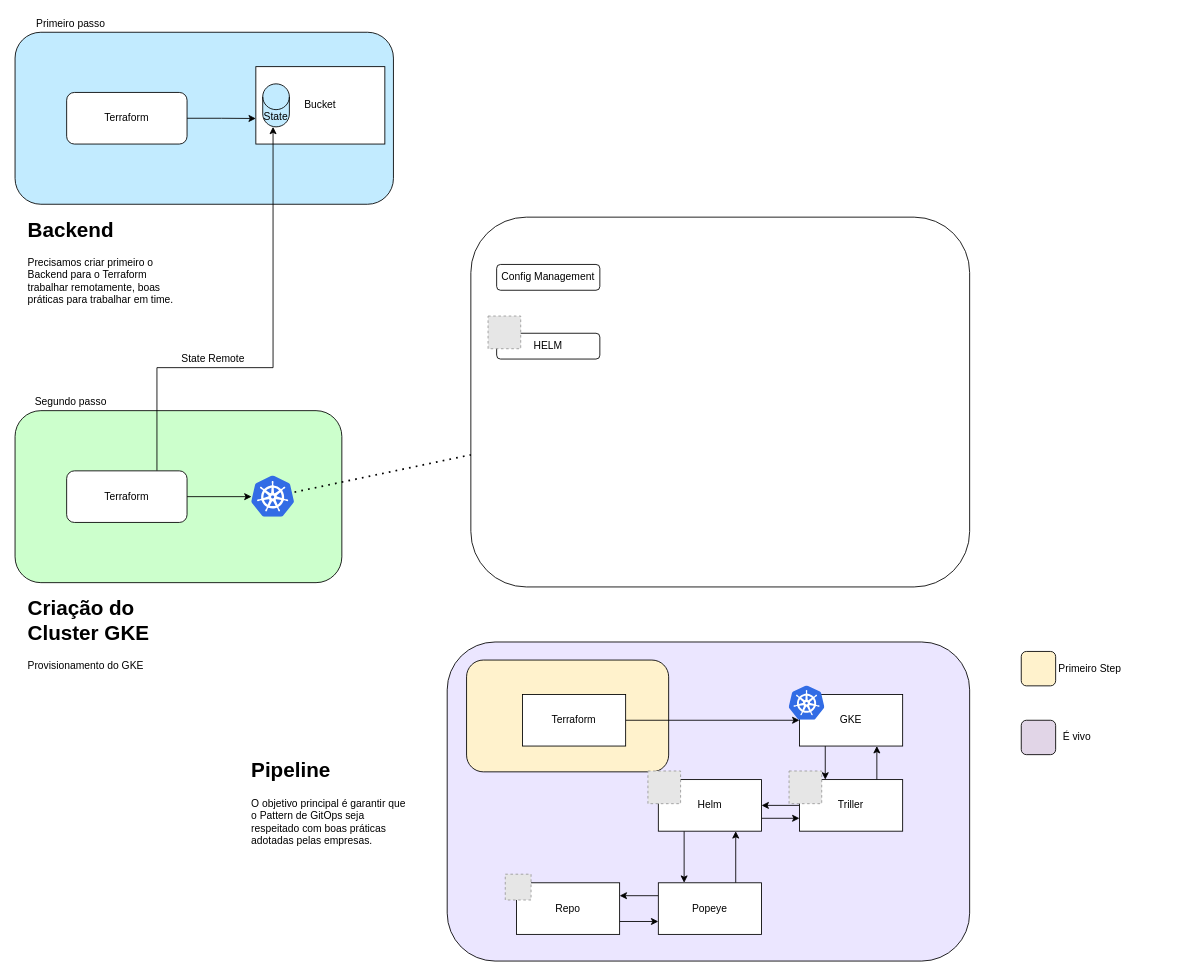
Earlier version of the draw.io diagram Documents/Fluxo Macro VScode and Kubernetes.drawio (tonnytg/CustomDeveloperEnvironment). Source tidied: cells renumbered, new cells numbered last; positions are measured from the earlier drawing's top-left corner, leaving out a move shared by most shapes. Both pictures are drawn from the tidied source at 86%, with x=0, y=0 at pixel (15, 15). Pictures stored in the file or linked from it are replaced by grey dashed boxes.
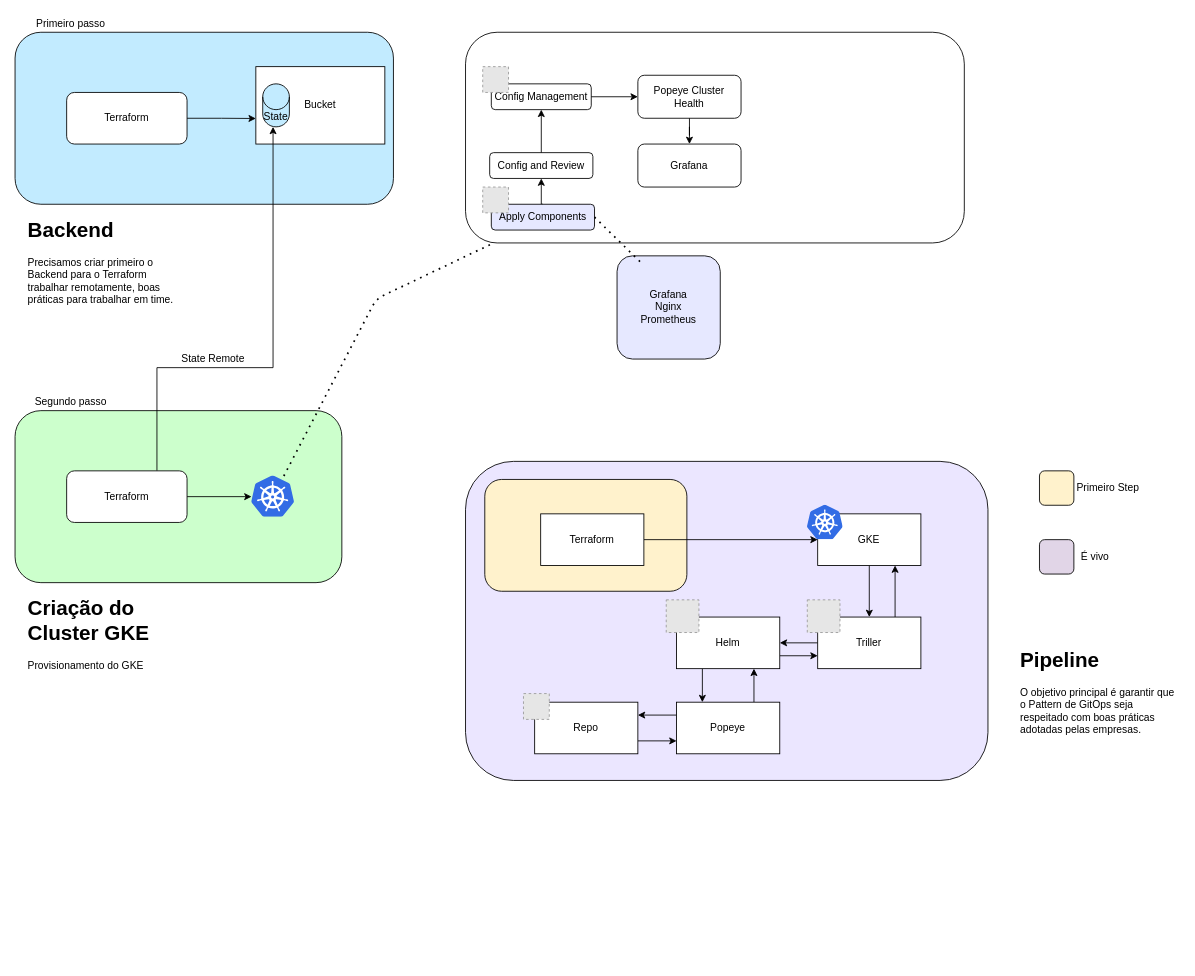
Above is the later version.

Unchanged cells that the change refers to:
```xml
<mxCell id="18" style="html=1;points=[];align=center;image;fontSize=12;image=img/lib/mscae/Kubernetes.svg;fillColor=#CCFFCC;" parent="1" vertex="1">
  <mxGeometry x="275" y="536" width="50" height="48" as="geometry" />
</mxCell>
```

The edit, as a diff of the source:
```diff
@@
     <mxCell id="2" style="rounded=1;whiteSpace=wrap;html=1;fillColor=#EBE6FF;" parent="1" vertex="1">
-      <mxGeometry x="502.5" y="729" width="607.5" height="371" as="geometry" />
+      <mxGeometry x="523.8" y="519" width="607.5" height="371" as="geometry" />
     </mxCell>
     <mxCell id="3" style="rounded=1;whiteSpace=wrap;html=1;fillColor=#FFF2CC;" parent="1" vertex="1">
-      <mxGeometry x="525" y="750" width="235" height="130" as="geometry" />
+      <mxGeometry x="546.2" y="540" width="235" height="130" as="geometry" />
     </mxCell>
@@
     <mxCell id="19" style="endArrow=none;dashed=1;html=1;dashPattern=1 3;strokeWidth=2;" parent="1" edge="1" source="18" target="20">
-      <mxGeometry relative="1" as="geometry" />
+      <mxGeometry relative="1" as="geometry">
+        <Array as="points">
+          <mxPoint x="420" y="330" />
+        </Array>
+      </mxGeometry>
     </mxCell>
     <mxCell id="20" style="rounded=1;whiteSpace=wrap;html=1;fillColor=none;" parent="1" vertex="1">
-      <mxGeometry x="530" y="235" width="580" height="430" as="geometry" />
+      <mxGeometry x="523.8" y="20" width="580" height="245" as="geometry" />
     </mxCell>
+    <mxCell id="48" style="edgeStyle=orthogonalEdgeStyle;rounded=0;jettySize=auto;html=1;exitX=1;exitY=0.5;exitDx=0;exitDy=0;entryX=0;entryY=0.5;entryDx=0;entryDy=0;" parent="1" edge="1" source="21" target="54">
+      <mxGeometry relative="1" as="geometry" />
+    </mxCell>
     <mxCell id="21" value="Config Management" style="rounded=1;whiteSpace=wrap;html=1;fillColor=none;" parent="1" vertex="1">
-      <mxGeometry x="560" y="290" width="120" height="30" as="geometry" />
+      <mxGeometry x="553.8" y="80" width="116.2" height="30" as="geometry" />
     </mxCell>
+    <mxCell id="49" style="edgeStyle=orthogonalEdgeStyle;rounded=0;jettySize=auto;html=1;exitX=0.5;exitY=0;exitDx=0;exitDy=0;" parent="1" edge="1" source="22" target="21">
+      <mxGeometry relative="1" as="geometry" />
+    </mxCell>
-    <mxCell id="22" value="HELM" style="rounded=1;whiteSpace=wrap;html=1;fillColor=none;" parent="1" vertex="1">
-      <mxGeometry x="560" y="370" width="120" height="30" as="geometry" />
+    <mxCell id="22" value="Config and Review" style="rounded=1;whiteSpace=wrap;html=1;fillColor=none;" parent="1" vertex="1">
+      <mxGeometry x="551.9" y="160" width="120" height="30" as="geometry" />
     </mxCell>
@@
     <mxCell id="24" value="Terraform" style="rounded=0;whiteSpace=wrap;html=1;" parent="1" vertex="1">
-      <mxGeometry x="590" y="790" width="120" height="60" as="geometry" />
+      <mxGeometry x="611.2" y="580" width="120" height="60" as="geometry" />
     </mxCell>
-    <mxCell id="25" style="edgeStyle=orthogonalEdgeStyle;rounded=0;jettySize=auto;html=1;exitX=0.25;exitY=1;exitDx=0;exitDy=0;entryX=0.25;entryY=0;entryDx=0;entryDy=0;" parent="1" edge="1" source="26" target="32">
+    <mxCell id="25" style="edgeStyle=orthogonalEdgeStyle;rounded=0;jettySize=auto;html=1;exitX=0.5;exitY=1;exitDx=0;exitDy=0;entryX=0.5;entryY=0;entryDx=0;entryDy=0;" parent="1" edge="1" source="26" target="32">
       <mxGeometry relative="1" as="geometry" />
     </mxCell>
     <mxCell id="26" value="GKE" style="rounded=0;whiteSpace=wrap;html=1;" parent="1" vertex="1">
-      <mxGeometry x="912.1" y="790" width="120" height="60" as="geometry" />
+      <mxGeometry x="933.3" y="580" width="120" height="60" as="geometry" />
     </mxCell>
@@
     <mxCell id="29" value="Helm" style="rounded=0;whiteSpace=wrap;html=1;" parent="1" vertex="1">
-      <mxGeometry x="748" y="889" width="120" height="60" as="geometry" />
+      <mxGeometry x="769.2" y="700" width="120" height="60" as="geometry" />
     </mxCell>
@@
     <mxCell id="32" value="Triller" style="rounded=0;whiteSpace=wrap;html=1;" parent="1" vertex="1">
-      <mxGeometry x="912.1" y="889" width="120" height="60" as="geometry" />
+      <mxGeometry x="933.3" y="700" width="120" height="60" as="geometry" />
     </mxCell>
@@
     <mxCell id="34" value="Repo" style="rounded=0;whiteSpace=wrap;html=1;" parent="1" vertex="1">
-      <mxGeometry x="583" y="1009" width="120" height="60" as="geometry" />
+      <mxGeometry x="604.2" y="799" width="120" height="60" as="geometry" />
     </mxCell>
     <mxCell id="35" style="fillColor=#E6E6E6;strokeColor=#999999;dashed=1;html=1;verticalAlign=top;verticalLabelPosition=bottom;labelBackgroundColor=#ffffff;" parent="1" vertex="1">
-      <mxGeometry x="570" y="999" width="30" height="30" as="geometry" />
+      <mxGeometry x="591.2" y="789" width="30" height="30" as="geometry" />
     </mxCell>
     <mxCell id="36" style="html=1;align=center;image;fontSize=12;image=img/lib/mscae/Kubernetes.svg;" parent="1" vertex="1">
-      <mxGeometry x="900" y="780" width="41.7" height="40" as="geometry" />
+      <mxGeometry x="921.2" y="570" width="41.7" height="40" as="geometry" />
     </mxCell>
     <mxCell id="37" style="fillColor=#E6E6E6;strokeColor=#999999;dashed=1;html=1;verticalAlign=top;verticalLabelPosition=bottom;labelBackgroundColor=#ffffff;" parent="1" vertex="1">
-      <mxGeometry x="735.9" y="879" width="38" height="38" as="geometry" />
+      <mxGeometry x="757.2" y="680" width="38" height="38" as="geometry" />
     </mxCell>
     <mxCell id="38" style="fillColor=#E6E6E6;strokeColor=#999999;dashed=1;html=1;verticalAlign=top;verticalLabelPosition=bottom;labelBackgroundColor=#ffffff;" parent="1" vertex="1">
-      <mxGeometry x="900" y="879" width="38" height="38" as="geometry" />
+      <mxGeometry x="921.2" y="680" width="38" height="38" as="geometry" />
     </mxCell>
@@
     <mxCell id="41" value="Popeye" style="rounded=0;whiteSpace=wrap;html=1;" parent="1" vertex="1">
-      <mxGeometry x="748" y="1009" width="120" height="60" as="geometry" />
+      <mxGeometry x="769.2" y="799" width="120" height="60" as="geometry" />
     </mxCell>
-    <mxCell id="42" style="fillColor=#E6E6E6;strokeColor=#999999;dashed=1;html=1;verticalAlign=top;verticalLabelPosition=bottom;labelBackgroundColor=#ffffff;" parent="1" vertex="1">
-      <mxGeometry x="550" y="350" width="38" height="38" as="geometry" />
-    </mxCell>
     <mxCell id="43" value="&lt;h1&gt;Pipeline&lt;/h1&gt;&lt;p&gt;O objetivo principal é garantir que o Pattern de GitOps seja respeitado com boas práticas adotadas pelas empresas.&lt;/p&gt;" style="text;html=1;strokeColor=none;fillColor=none;spacing=5;spacingTop=-20;whiteSpace=wrap;overflow=hidden;rounded=0;" parent="1" vertex="1">
-      <mxGeometry x="270" y="859" width="190" height="120" as="geometry" />
+      <mxGeometry x="1163.8" y="730" width="190" height="120" as="geometry" />
     </mxCell>
     <mxCell id="44" style="rounded=1;whiteSpace=wrap;html=1;fillColor=#FFF2CC;" parent="1" vertex="1">
-      <mxGeometry x="1170" y="740" width="40" height="40" as="geometry" />
+      <mxGeometry x="1191.2" y="530" width="40" height="40" as="geometry" />
     </mxCell>
     <mxCell id="45" style="rounded=1;whiteSpace=wrap;html=1;fillColor=#E1D5E7;" parent="1" vertex="1">
-      <mxGeometry x="1170" y="820" width="40" height="40" as="geometry" />
+      <mxGeometry x="1191.2" y="610" width="40" height="40" as="geometry" />
     </mxCell>
     <mxCell id="46" value="Primeiro Step" style="text;html=1;strokeColor=none;fillColor=none;align=center;verticalAlign=middle;whiteSpace=wrap;rounded=0;" parent="1" vertex="1">
-      <mxGeometry x="1210" y="750" width="80" height="20" as="geometry" />
+      <mxGeometry x="1231.2" y="540" width="80" height="20" as="geometry" />
     </mxCell>
     <mxCell id="47" value="É vivo" style="text;html=1;strokeColor=none;fillColor=none;align=center;verticalAlign=middle;whiteSpace=wrap;rounded=0;" parent="1" vertex="1">
-      <mxGeometry x="1210" y="830" width="50" height="20" as="geometry" />
+      <mxGeometry x="1231.2" y="620" width="50" height="20" as="geometry" />
     </mxCell>
+    <mxCell id="50" style="edgeStyle=orthogonalEdgeStyle;rounded=0;jettySize=auto;html=1;exitX=0.5;exitY=0;exitDx=0;exitDy=0;entryX=0.5;entryY=1;entryDx=0;entryDy=0;" parent="1" edge="1" source="51" target="22">
+      <mxGeometry relative="1" as="geometry" />
+    </mxCell>
+    <mxCell id="51" value="Apply Components" style="rounded=1;whiteSpace=wrap;html=1;fillColor=#E6E8FF;" parent="1" vertex="1">
+      <mxGeometry x="553.8" y="220" width="120" height="30" as="geometry" />
+    </mxCell>
+    <mxCell id="52" style="fillColor=#E6E6E6;strokeColor=#999999;dashed=1;html=1;verticalAlign=top;verticalLabelPosition=bottom;labelBackgroundColor=#ffffff;" parent="1" vertex="1">
+      <mxGeometry x="543.8" y="200" width="30" height="30" as="geometry" />
+    </mxCell>
+    <mxCell id="53" style="edgeStyle=orthogonalEdgeStyle;rounded=0;jettySize=auto;html=1;" parent="1" edge="1" source="54" target="56">
+      <mxGeometry relative="1" as="geometry" />
+    </mxCell>
+    <mxCell id="54" value="Popeye Cluster Health" style="rounded=1;whiteSpace=wrap;html=1;fillColor=none;" parent="1" vertex="1">
+      <mxGeometry x="724.2" y="70" width="120" height="50" as="geometry" />
+    </mxCell>
+    <mxCell id="55" style="fillColor=#E6E6E6;strokeColor=#999999;dashed=1;html=1;verticalAlign=top;verticalLabelPosition=bottom;labelBackgroundColor=#ffffff;" parent="1" vertex="1">
+      <mxGeometry x="543.8" y="60" width="30" height="30" as="geometry" />
+    </mxCell>
+    <mxCell id="56" value="Grafana" style="rounded=1;whiteSpace=wrap;html=1;fillColor=none;" parent="1" vertex="1">
+      <mxGeometry x="724.2" y="150" width="120" height="50" as="geometry" />
+    </mxCell>
+    <mxCell id="57" value="Grafana&lt;br&gt;Nginx&lt;br&gt;Prometheus&lt;br&gt;" style="rounded=1;whiteSpace=wrap;html=1;fillColor=#E6E8FF;" parent="1" vertex="1">
+      <mxGeometry x="700" y="280" width="120" height="120" as="geometry" />
+    </mxCell>
+    <mxCell id="58" style="endArrow=none;dashed=1;html=1;dashPattern=1 3;strokeWidth=2;exitX=1;exitY=0.5;exitDx=0;exitDy=0;" parent="1" edge="1" source="51">
+      <mxGeometry relative="1" as="geometry">
+        <mxPoint x="730" y="290" as="targetPoint" />
+      </mxGeometry>
+    </mxCell>
```
